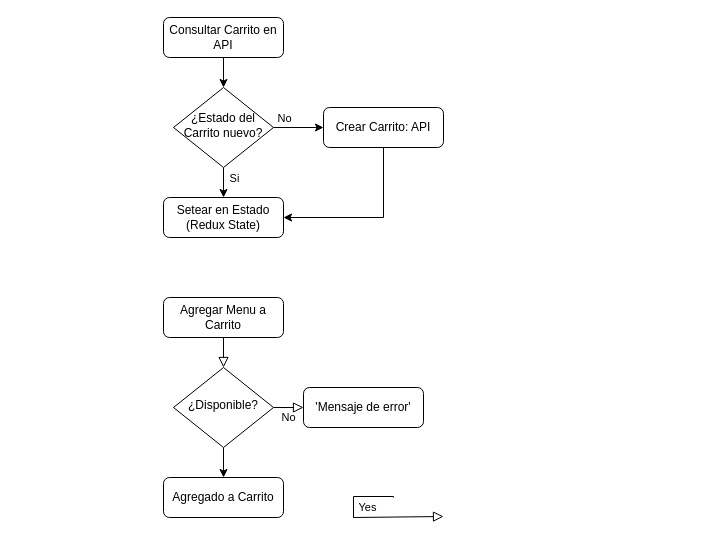
This is Carrito_ciclo_de_vida.drawio from ariel0000/bar-app-diagrams, a draw.io file, before an edit. Source tidied: cells renumbered, new cells numbered last; positions are measured from the earlier drawing's top-left corner, leaving out a move shared by most shapes. Both pictures are drawn from the tidied source at 100%, with x=0, y=0 at pixel (163, 17).
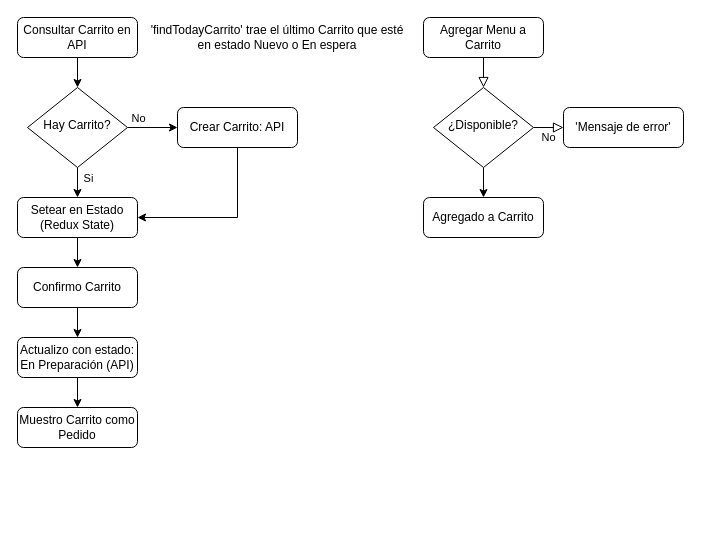
The same diagram, later.

Change to the diagram source:
```diff
@@
     <mxCell id="3" value="Agregar Menu a Carrito" style="rounded=1;whiteSpace=wrap;html=1;fontSize=12;glass=0;strokeWidth=1;shadow=0;" parent="1" vertex="1">
-      <mxGeometry y="280" width="120" height="40" as="geometry" />
+      <mxGeometry x="260" width="120" height="40" as="geometry" />
     </mxCell>
@@
     <mxCell id="6" value="¿Disponible?" style="rhombus;whiteSpace=wrap;html=1;shadow=0;fontFamily=Helvetica;fontSize=12;align=center;strokeWidth=1;spacing=6;spacingTop=-4;" parent="1" vertex="1">
-      <mxGeometry x="10" y="350" width="100" height="80" as="geometry" />
+      <mxGeometry x="270" y="70" width="100" height="80" as="geometry" />
     </mxCell>
     <mxCell id="7" value="'Mensaje de error'" style="rounded=1;whiteSpace=wrap;html=1;fontSize=12;glass=0;strokeWidth=1;shadow=0;" parent="1" vertex="1">
-      <mxGeometry x="140" y="370" width="120" height="40" as="geometry" />
+      <mxGeometry x="400" y="90" width="120" height="40" as="geometry" />
     </mxCell>
-    <mxCell id="8" value="Yes" style="edgeStyle=orthogonalEdgeStyle;rounded=0;html=1;jettySize=auto;orthogonalLoop=1;fontSize=11;endArrow=block;endFill=0;endSize=8;strokeWidth=1;shadow=0;labelBackgroundColor=none;" parent="1" edge="1">
-      <mxGeometry y="10" relative="1" as="geometry">
-        <mxPoint x="230" y="480" as="sourcePoint" />
-        <mxPoint x="280" y="499" as="targetPoint" />
-        <Array as="points">
-          <mxPoint x="190" y="479" />
-          <mxPoint x="190" y="500" />
-        </Array>
-      </mxGeometry>
-    </mxCell>
@@
-    <mxCell id="13" value="¿Estado del Carrito nuevo?" style="rhombus;whiteSpace=wrap;html=1;shadow=0;fontFamily=Helvetica;fontSize=12;align=center;strokeWidth=1;spacing=6;spacingTop=-4;" parent="1" vertex="1">
-      <mxGeometry x="10" y="70" width="100" height="80" as="geometry" />
+    <mxCell id="13" value="Hay Carrito?" style="rhombus;whiteSpace=wrap;html=1;shadow=0;fontFamily=Helvetica;fontSize=12;align=center;strokeWidth=1;spacing=6;spacingTop=-4;" parent="1" vertex="1">
+      <mxGeometry x="-136" y="70" width="100" height="80" as="geometry" />
     </mxCell>
@@
     <mxCell id="15" value="Consultar Carrito en API" style="rounded=1;whiteSpace=wrap;html=1;fontSize=12;glass=0;strokeWidth=1;shadow=0;" parent="1" vertex="1">
-      <mxGeometry width="120" height="40" as="geometry" />
+      <mxGeometry x="-146" width="120" height="40" as="geometry" />
     </mxCell>
     <mxCell id="16" value="Agregado a Carrito" style="rounded=1;whiteSpace=wrap;html=1;fontSize=12;glass=0;strokeWidth=1;shadow=0;" parent="1" vertex="1">
-      <mxGeometry y="460" width="120" height="40" as="geometry" />
+      <mxGeometry x="260" y="180" width="120" height="40" as="geometry" />
     </mxCell>
@@
     <mxCell id="18" value="Crear Carrito: API" style="rounded=1;whiteSpace=wrap;html=1;fontSize=12;glass=0;strokeWidth=1;shadow=0;" parent="1" vertex="1">
-      <mxGeometry x="160" y="90" width="120" height="40" as="geometry" />
+      <mxGeometry x="14" y="90" width="120" height="40" as="geometry" />
     </mxCell>
+    <mxCell id="20" style="edgeStyle=orthogonalEdgeStyle;rounded=0;jettySize=auto;html=1;exitX=0.5;exitY=1;exitDx=0;exitDy=0;entryX=0.5;entryY=0;entryDx=0;entryDy=0;" parent="1" edge="1" source="19" target="23">
+      <mxGeometry relative="1" as="geometry" />
+    </mxCell>
     <mxCell id="19" value="Setear en Estado&lt;div&gt;(Redux State)&lt;/div&gt;" style="rounded=1;whiteSpace=wrap;html=1;fontSize=12;glass=0;strokeWidth=1;shadow=0;" parent="1" vertex="1">
-      <mxGeometry y="180" width="120" height="40" as="geometry" />
+      <mxGeometry x="-146" y="180" width="120" height="40" as="geometry" />
     </mxCell>
+    <mxCell id="21" value="'findTodayCarrito' trae el último Carrito que esté en estado Nuevo o En espera" style="text;html=1;align=center;verticalAlign=middle;whiteSpace=wrap;rounded=0;" parent="1" vertex="1">
+      <mxGeometry x="-16" width="260" height="40" as="geometry" />
+    </mxCell>
+    <mxCell id="22" style="edgeStyle=orthogonalEdgeStyle;rounded=0;jettySize=auto;html=1;exitX=0.5;exitY=1;exitDx=0;exitDy=0;entryX=0.5;entryY=0;entryDx=0;entryDy=0;" parent="1" edge="1" source="23" target="25">
+      <mxGeometry relative="1" as="geometry" />
+    </mxCell>
+    <mxCell id="23" value="Confirmo Carrito" style="rounded=1;whiteSpace=wrap;html=1;fontSize=12;glass=0;strokeWidth=1;shadow=0;" parent="1" vertex="1">
+      <mxGeometry x="-146" y="250" width="120" height="40" as="geometry" />
+    </mxCell>
+    <mxCell id="24" style="edgeStyle=orthogonalEdgeStyle;rounded=0;jettySize=auto;html=1;exitX=0.5;exitY=1;exitDx=0;exitDy=0;entryX=0.5;entryY=0;entryDx=0;entryDy=0;" parent="1" edge="1" source="25" target="26">
+      <mxGeometry relative="1" as="geometry" />
+    </mxCell>
+    <mxCell id="25" value="Actualizo con estado:&lt;div&gt;En Preparación (API)&lt;/div&gt;" style="rounded=1;whiteSpace=wrap;html=1;fontSize=12;glass=0;strokeWidth=1;shadow=0;" parent="1" vertex="1">
+      <mxGeometry x="-146" y="320" width="120" height="40" as="geometry" />
+    </mxCell>
+    <mxCell id="26" value="Muestro Carrito como Pedido" style="rounded=1;whiteSpace=wrap;html=1;" parent="1" vertex="1">
+      <mxGeometry x="-146" y="390" width="120" height="40" as="geometry" />
+    </mxCell>
```
